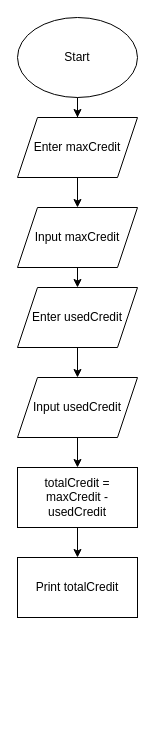
Earlier version of the draw.io diagram page "Question 30" (1 of 6) of Flowcharts/HW1.drawio (ElectricDaFearox/Tougaloo-Fundemental-Programming). Source tidied: cells renumbered, new cells numbered last; positions are measured from the earlier drawing's top-left corner, leaving out a move shared by most shapes. Both pictures are drawn from the tidied source at 100%, with x=0, y=0 at pixel (17, 17).
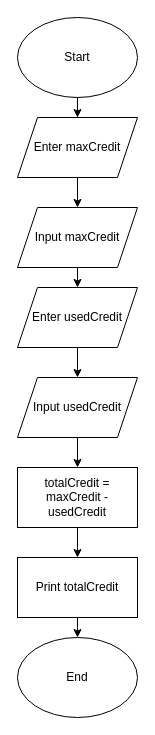
Above is the later version.

What changed in the source:
```diff
@@
 <mxGraphModel>
   <root>
     <mxCell id="0" />
     <mxCell id="1" parent="0" />
     <mxCell id="2" style="edgeStyle=orthogonalEdgeStyle;rounded=0;jettySize=auto;html=1;exitX=0.5;exitY=1;exitDx=0;exitDy=0;" parent="1" edge="1" source="3" target="5">
       <mxGeometry relative="1" as="geometry" />
     </mxCell>
     <mxCell id="3" value="Start" style="ellipse;whiteSpace=wrap;html=1;" parent="1" vertex="1">
       <mxGeometry width="120" height="80" as="geometry" />
     </mxCell>
     <mxCell id="4" style="edgeStyle=orthogonalEdgeStyle;rounded=0;jettySize=auto;html=1;exitX=0.5;exitY=1;exitDx=0;exitDy=0;entryX=0.5;entryY=0;entryDx=0;entryDy=0;" parent="1" edge="1" source="5" target="7">
       <mxGeometry relative="1" as="geometry" />
     </mxCell>
     <mxCell id="5" value="Enter maxCredit" style="shape=parallelogram;perimeter=parallelogramPerimeter;whiteSpace=wrap;html=1;fixedSize=1;" parent="1" vertex="1">
       <mxGeometry y="100" width="120" height="60" as="geometry" />
     </mxCell>
     <mxCell id="6" style="edgeStyle=orthogonalEdgeStyle;rounded=0;jettySize=auto;html=1;exitX=0.5;exitY=1;exitDx=0;exitDy=0;entryX=0.5;entryY=0;entryDx=0;entryDy=0;" parent="1" edge="1" source="7" target="9">
       <mxGeometry relative="1" as="geometry" />
     </mxCell>
     <mxCell id="7" value="Input maxCredit" style="shape=parallelogram;perimeter=parallelogramPerimeter;whiteSpace=wrap;html=1;fixedSize=1;" parent="1" vertex="1">
       <mxGeometry y="190" width="120" height="60" as="geometry" />
     </mxCell>
     <mxCell id="8" style="edgeStyle=orthogonalEdgeStyle;rounded=0;jettySize=auto;html=1;exitX=0.5;exitY=1;exitDx=0;exitDy=0;entryX=0.5;entryY=0;entryDx=0;entryDy=0;" parent="1" edge="1" source="9" target="11">
       <mxGeometry relative="1" as="geometry" />
     </mxCell>
     <mxCell id="9" value="Enter usedCredit" style="shape=parallelogram;perimeter=parallelogramPerimeter;whiteSpace=wrap;html=1;fixedSize=1;" parent="1" vertex="1">
       <mxGeometry y="270" width="120" height="60" as="geometry" />
     </mxCell>
     <mxCell id="10" style="edgeStyle=orthogonalEdgeStyle;rounded=0;jettySize=auto;html=1;exitX=0.5;exitY=1;exitDx=0;exitDy=0;entryX=0.5;entryY=0;entryDx=0;entryDy=0;" parent="1" edge="1" source="11" target="13">
       <mxGeometry relative="1" as="geometry" />
     </mxCell>
     <mxCell id="11" value="Input usedCredit" style="shape=parallelogram;perimeter=parallelogramPerimeter;whiteSpace=wrap;html=1;fixedSize=1;" parent="1" vertex="1">
       <mxGeometry y="360" width="120" height="60" as="geometry" />
     </mxCell>
     <mxCell id="12" style="edgeStyle=orthogonalEdgeStyle;rounded=0;jettySize=auto;html=1;exitX=0.5;exitY=1;exitDx=0;exitDy=0;entryX=0.5;entryY=0;entryDx=0;entryDy=0;" parent="1" edge="1" source="13" target="14">
       <mxGeometry relative="1" as="geometry" />
     </mxCell>
     <mxCell id="13" value="totalCredit = maxCredit - usedCredit" style="rounded=0;whiteSpace=wrap;html=1;" parent="1" vertex="1">
       <mxGeometry y="450" width="120" height="60" as="geometry" />
     </mxCell>
+    <mxCell id="15" style="edgeStyle=orthogonalEdgeStyle;rounded=0;jettySize=auto;html=1;exitX=0.5;exitY=1;exitDx=0;exitDy=0;entryX=0.5;entryY=0;entryDx=0;entryDy=0;" parent="1" edge="1" source="14" target="16">
+      <mxGeometry relative="1" as="geometry" />
+    </mxCell>
     <mxCell id="14" value="Print totalCredit" style="rounded=0;whiteSpace=wrap;html=1;" parent="1" vertex="1">
       <mxGeometry y="540" width="120" height="60" as="geometry" />
     </mxCell>
+    <mxCell id="16" value="End" style="ellipse;whiteSpace=wrap;html=1;" parent="1" vertex="1">
+      <mxGeometry y="620" width="120" height="80" as="geometry" />
+    </mxCell>
   </root>
 </mxGraphModel>
```
